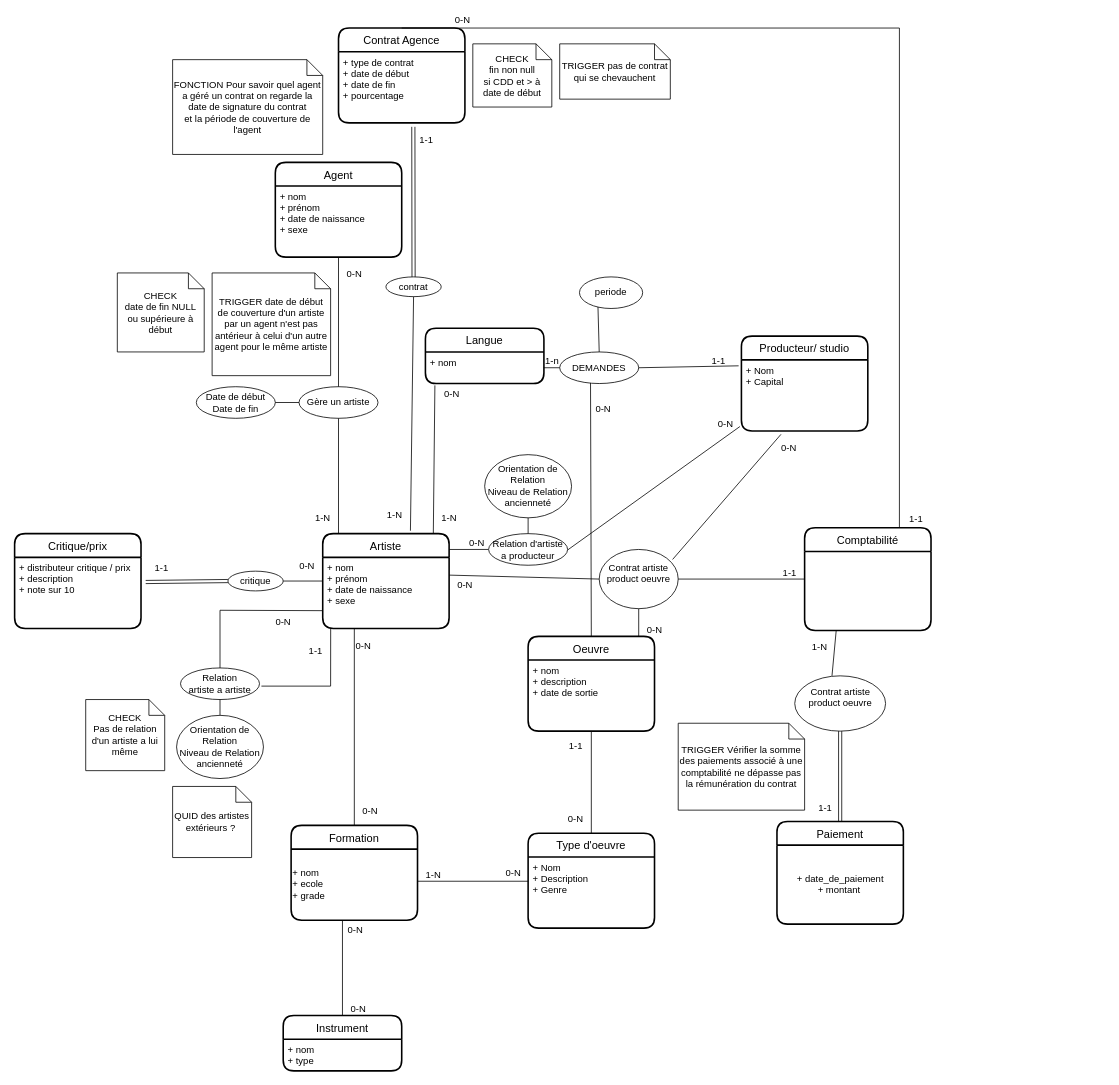
This is MODELISATION/modelisation-brouillon.drawio from KevinD-UP/contrartist, a draw.io file, before an edit. Source tidied: cells renumbered, new cells numbered last; positions are measured from the earlier drawing's top-left corner, leaving out a move shared by most shapes. Both pictures are drawn from the tidied source at 79%, with x=0, y=0 at pixel (14, 28).
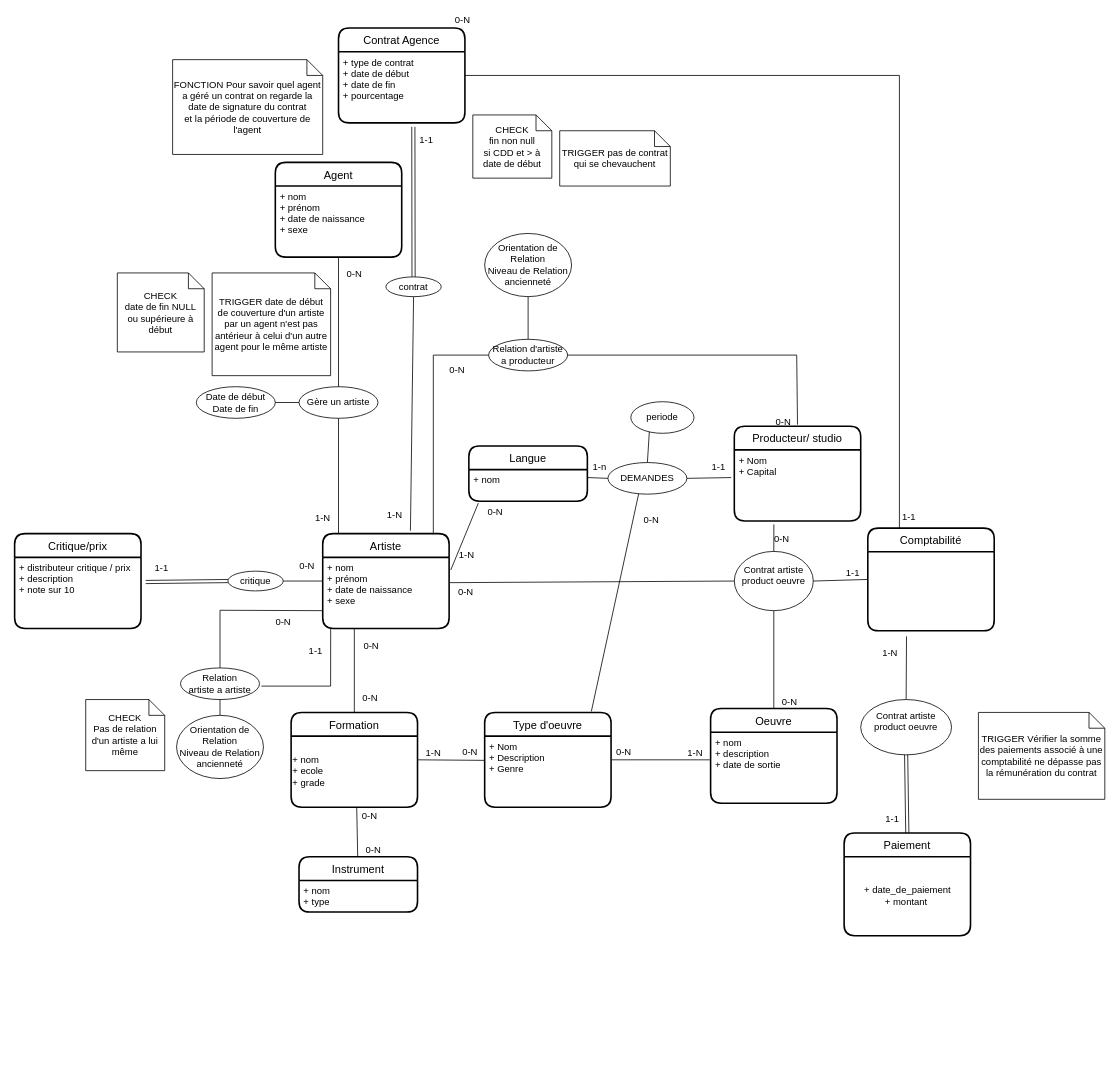
The same diagram, later.

Commit message:
Mise à jour post soutenance, à terminer

The change refers to these unchanged cells:
```xml
<mxCell id="3" value="+ Nom&#10;+ Description&#10;+ Genre" style="align=left;strokeColor=none;fillColor=none;spacingLeft=4;fontSize=12;verticalAlign=top;" parent="2" vertex="1">
  <mxGeometry y="30" width="160" height="90" as="geometry" />
</mxCell>
<mxCell id="5" value="+ nom&#10;+ description&#10;+ date de sortie" style="align=left;strokeColor=none;fillColor=none;spacingLeft=4;fontSize=12;verticalAlign=top;" parent="4" vertex="1">
  <mxGeometry y="30" width="160" height="90" as="geometry" />
</mxCell>
<mxCell id="7" value="+ nom&lt;br&gt;+ ecole&lt;br&gt;+ grade" style="text;html=1;align=left;verticalAlign=middle;points=[];strokeColor=none;fillColor=none;" parent="6" vertex="1">
  <mxGeometry y="30" width="160" height="90" as="geometry" />
</mxCell>
<mxCell id="8" value="Artiste" style="swimlane;horizontal=1;startSize=30;rounded=1;fontSize=14;fontStyle=0;strokeWidth=2;shadow=0;dashed=0;align=center;" parent="1" vertex="1">
  <mxGeometry x="390" y="640" width="160" height="120" as="geometry" />
</mxCell>
<mxCell id="9" value="+ nom&#10;+ prénom&#10;+ date de naissance&#10;+ sexe&#10;" style="align=left;strokeColor=none;fillColor=none;spacingLeft=4;fontSize=12;verticalAlign=top;" parent="8" vertex="1">
  <mxGeometry y="30" width="160" height="90" as="geometry" />
</mxCell>
<mxCell id="13" style="endArrow=none;html=1;rounded=0;exitX=0.25;exitY=1;exitDx=0;exitDy=0;entryX=0.5;entryY=0;entryDx=0;entryDy=0;" parent="1" edge="1" source="8" target="6">
  <mxGeometry relative="1" as="geometry" />
</mxCell>
<mxCell id="17" value="+ nom" style="align=left;strokeColor=none;fillColor=none;spacingLeft=4;fontSize=12;verticalAlign=top;" parent="16" vertex="1">
  <mxGeometry y="30" width="150" height="40" as="geometry" />
</mxCell>
<mxCell id="34" value="+ Nom&#10;+ Capital" style="align=left;strokeColor=none;fillColor=none;spacingLeft=4;fontSize=12;verticalAlign=top;" parent="33" vertex="1">
  <mxGeometry y="30" width="160" height="90" as="geometry" />
</mxCell>
<mxCell id="46" value="Contrat Agence" style="swimlane;horizontal=1;startSize=30;rounded=1;fontSize=14;fontStyle=0;strokeWidth=2;shadow=0;dashed=0;align=center;" parent="1" vertex="1">
  <mxGeometry x="410" width="160" height="120" as="geometry" />
</mxCell>
```

The edit, as a diff of the source:
```diff
@@
     <mxCell id="2" value="Type d'oeuvre" style="swimlane;horizontal=1;startSize=30;rounded=1;fontSize=14;fontStyle=0;strokeWidth=2;shadow=0;dashed=0;align=center;" parent="1" vertex="1">
-      <mxGeometry x="650" y="1019.3" width="160" height="120" as="geometry" />
+      <mxGeometry x="595" y="866.3" width="160" height="120" as="geometry" />
     </mxCell>
@@
     <mxCell id="4" value="Oeuvre" style="swimlane;horizontal=1;startSize=30;rounded=1;fontSize=14;fontStyle=0;strokeWidth=2;shadow=0;dashed=0;align=center;" parent="1" vertex="1">
-      <mxGeometry x="650" y="770" width="160" height="120" as="geometry" />
+      <mxGeometry x="881" y="861.3" width="160" height="120" as="geometry" />
     </mxCell>
@@
     <mxCell id="6" value="Formation" style="swimlane;horizontal=1;startSize=30;rounded=1;fontSize=14;fontStyle=0;strokeWidth=2;shadow=0;dashed=0;align=center;" parent="1" vertex="1">
-      <mxGeometry x="350" y="1009.3" width="160" height="120" as="geometry" />
+      <mxGeometry x="350" y="866.3" width="160" height="120" as="geometry" />
     </mxCell>
@@
-    <mxCell id="10" style="endArrow=none;html=1;rounded=0;exitX=0;exitY=0.341;exitDx=0;exitDy=0;exitPerimeter=0;" parent="1" edge="1" source="3">
-      <mxGeometry relative="1" as="geometry">
-        <mxPoint x="510" y="1080" as="targetPoint" />
-      </mxGeometry>
+    <mxCell id="10" style="endArrow=none;html=1;rounded=0;exitX=0;exitY=0.341;exitDx=0;exitDy=0;exitPerimeter=0;entryX=1;entryY=0.5;entryDx=0;entryDy=0;" parent="1" edge="1" source="3" target="6">
+      <mxGeometry relative="1" as="geometry" />
     </mxCell>
@@
     <mxCell id="14" value="0-N" style="html=1;align=left;verticalAlign=bottom;" parent="13" vertex="1">
       <mxGeometry x="-1" relative="1" as="geometry">
-        <mxPoint y="30" as="offset" />
+        <mxPoint x="10" y="30" as="offset" />
       </mxGeometry>
     </mxCell>
@@
     <mxCell id="16" value="Langue" style="swimlane;horizontal=1;startSize=30;rounded=1;fontSize=14;fontStyle=0;strokeWidth=2;shadow=0;dashed=0;align=center;" parent="1" vertex="1">
-      <mxGeometry x="520" y="380" width="150" height="70" as="geometry" />
+      <mxGeometry x="575" y="529" width="150" height="70" as="geometry" />
     </mxCell>
@@
-    <mxCell id="18" style="endArrow=none;html=1;rounded=0;exitX=0.5;exitY=1;exitDx=0;exitDy=0;entryX=0.5;entryY=0;entryDx=0;entryDy=0;" parent="1" edge="1" source="4" target="2">
-      <mxGeometry relative="1" as="geometry" />
+    <mxCell id="18" style="endArrow=none;html=1;rounded=0;exitX=-0.006;exitY=0.389;exitDx=0;exitDy=0;entryX=1;entryY=0.5;entryDx=0;entryDy=0;exitPerimeter=0;" parent="1" edge="1" source="5">
+      <mxGeometry relative="1" as="geometry">
+        <mxPoint x="756" y="926.3" as="targetPoint" />
+      </mxGeometry>
     </mxCell>
-    <mxCell id="19" value="1-1" style="html=1;align=left;verticalAlign=bottom;" parent="18" vertex="1">
+    <mxCell id="19" value="1-N" style="html=1;align=left;verticalAlign=bottom;" parent="18" vertex="1">
       <mxGeometry x="-1" relative="1" as="geometry">
-        <mxPoint x="-30" y="27" as="offset" />
+        <mxPoint x="-30" as="offset" />
       </mxGeometry>
     </mxCell>
     <mxCell id="20" value="0-N" style="html=1;align=right;verticalAlign=bottom;" parent="18" vertex="1">
       <mxGeometry x="1" relative="1" as="geometry">
-        <mxPoint x="-10" y="-9" as="offset" />
+        <mxPoint x="25" y="-1" as="offset" />
       </mxGeometry>
     </mxCell>
-    <mxCell id="21" style="endArrow=none;html=1;rounded=0;entryX=1;entryY=0.25;entryDx=0;entryDy=0;exitX=0;exitY=0.5;exitDx=0;exitDy=0;" parent="1" edge="1" source="48" target="9">
+    <mxCell id="21" style="endArrow=none;html=1;rounded=0;entryX=1.006;entryY=0.356;entryDx=0;entryDy=0;exitX=0;exitY=0.5;exitDx=0;exitDy=0;entryPerimeter=0;" parent="1" edge="1" source="48" target="9">
       <mxGeometry relative="1" as="geometry" />
     </mxCell>
@@
     <mxCell id="33" value="Producteur/ studio" style="swimlane;horizontal=1;startSize=30;rounded=1;fontSize=14;fontStyle=0;strokeWidth=2;shadow=0;dashed=0;align=center;" parent="1" vertex="1">
-      <mxGeometry x="920" y="390" width="160" height="120" as="geometry" />
+      <mxGeometry x="911" y="504" width="160" height="120" as="geometry" />
     </mxCell>
@@
     <mxCell id="35" value="Instrument" style="swimlane;horizontal=1;startSize=30;rounded=1;fontSize=14;fontStyle=0;strokeWidth=2;shadow=0;dashed=0;align=center;" parent="1" vertex="1">
-      <mxGeometry x="340" y="1250" width="150" height="70" as="geometry" />
+      <mxGeometry x="360" y="1049" width="150" height="70" as="geometry" />
     </mxCell>
@@
-    <mxCell id="37" style="endArrow=none;html=1;rounded=0;entryX=1;entryY=0.167;entryDx=0;entryDy=0;exitX=0;exitY=0.5;exitDx=0;exitDy=0;entryPerimeter=0;" parent="1" edge="1" source="39" target="8">
-      <mxGeometry relative="1" as="geometry" />
+    <mxCell id="37" style="endArrow=none;html=1;rounded=0;entryX=0.875;entryY=0.008;entryDx=0;entryDy=0;exitX=0;exitY=0.5;exitDx=0;exitDy=0;entryPerimeter=0;" parent="1" edge="1" source="39" target="8">
+      <mxGeometry relative="1" as="geometry">
+        <Array as="points">
+          <mxPoint x="530" y="414" />
+        </Array>
+      </mxGeometry>
     </mxCell>
     <mxCell id="38" value="0-N" style="html=1;align=right;verticalAlign=bottom;" parent="37" vertex="1">
       <mxGeometry x="1" relative="1" as="geometry">
-        <mxPoint x="45" as="offset" />
+        <mxPoint x="40" y="-200" as="offset" />
       </mxGeometry>
     </mxCell>
     <mxCell id="39" value="Relation d'artiste a producteur" style="ellipse;whiteSpace=wrap;html=1;align=center;" parent="1" vertex="1">
-      <mxGeometry x="600" y="640" width="100" height="40" as="geometry" />
+      <mxGeometry x="600" y="394" width="100" height="40" as="geometry" />
     </mxCell>
     <mxCell id="40" value="Comptabilité" style="swimlane;horizontal=1;startSize=30;rounded=1;fontSize=14;fontStyle=0;strokeWidth=2;shadow=0;dashed=0;align=center;" parent="1" vertex="1">
-      <mxGeometry x="1000" y="632.5" width="160" height="130" as="geometry" />
+      <mxGeometry x="1080" y="633" width="160" height="130" as="geometry" />
     </mxCell>
@@
     <mxCell id="48" value="&lt;div&gt;Contrat artiste product oeuvre&lt;/div&gt;&lt;div&gt;&lt;br&gt;&lt;/div&gt;" style="ellipse;whiteSpace=wrap;html=1;align=center;" parent="1" vertex="1">
-      <mxGeometry x="740" y="660" width="100" height="75" as="geometry" />
+      <mxGeometry x="911" y="662.5" width="100" height="75" as="geometry" />
     </mxCell>
-    <mxCell id="49" style="endArrow=none;html=1;rounded=0;exitX=0.5;exitY=1;exitDx=0;exitDy=0;entryX=0.875;entryY=0;entryDx=0;entryDy=0;entryPerimeter=0;" parent="1" edge="1" source="48" target="4">
+    <mxCell id="49" style="endArrow=none;html=1;rounded=0;exitX=0.5;exitY=1;exitDx=0;exitDy=0;entryX=0.5;entryY=0;entryDx=0;entryDy=0;" parent="1" edge="1" source="48" target="4">
       <mxGeometry relative="1" as="geometry" />
     </mxCell>
@@
     <mxCell id="51" value="CHECK&lt;br&gt;fin non null&lt;br&gt;si CDD et &amp;gt; à date de début" style="shape=note;size=20;whiteSpace=wrap;html=1;" parent="1" vertex="1">
-      <mxGeometry x="580" y="20" width="100" height="80" as="geometry" />
+      <mxGeometry x="580" y="110" width="100" height="80" as="geometry" />
     </mxCell>
@@
     <mxCell id="54" value="DEMANDES" style="ellipse;whiteSpace=wrap;html=1;align=center;" parent="1" vertex="1">
-      <mxGeometry x="690" y="410" width="100" height="40" as="geometry" />
+      <mxGeometry x="751" y="550" width="100" height="40" as="geometry" />
     </mxCell>
-    <mxCell id="55" style="endArrow=none;html=1;rounded=0;exitX=-0.022;exitY=0.084;exitDx=0;exitDy=0;entryX=1;entryY=0.5;entryDx=0;entryDy=0;exitPerimeter=0;" parent="1" edge="1" source="34" target="54">
+    <mxCell id="55" style="endArrow=none;html=1;rounded=0;exitX=-0.025;exitY=0.389;exitDx=0;exitDy=0;entryX=1;entryY=0.5;entryDx=0;entryDy=0;exitPerimeter=0;" parent="1" edge="1" source="34" target="54">
       <mxGeometry relative="1" as="geometry" />
     </mxCell>
     <mxCell id="56" value="1-1" style="html=1;align=right;verticalAlign=bottom;" parent="55" vertex="1">
       <mxGeometry x="1" relative="1" as="geometry">
-        <mxPoint x="110" as="offset" />
+        <mxPoint x="49" y="-6" as="offset" />
       </mxGeometry>
     </mxCell>
-    <mxCell id="57" style="endArrow=none;html=1;rounded=0;exitX=0.5;exitY=0;exitDx=0;exitDy=0;entryX=0.39;entryY=0.98;entryDx=0;entryDy=0;entryPerimeter=0;" parent="1" edge="1" source="4" target="54">
+    <mxCell id="57" style="endArrow=none;html=1;rounded=0;entryX=0.39;entryY=0.98;entryDx=0;entryDy=0;entryPerimeter=0;exitX=0.844;exitY=-0.011;exitDx=0;exitDy=0;exitPerimeter=0;" parent="1" edge="1" source="2" target="54">
       <mxGeometry relative="1" as="geometry" />
     </mxCell>
@@
-    <mxCell id="59" style="endArrow=none;html=1;rounded=0;entryX=1;entryY=0.5;entryDx=0;entryDy=0;exitX=0;exitY=0.5;exitDx=0;exitDy=0;" parent="1" edge="1" source="54" target="17">
+    <mxCell id="59" style="endArrow=none;html=1;rounded=0;entryX=1;entryY=0.25;entryDx=0;entryDy=0;exitX=0;exitY=0.5;exitDx=0;exitDy=0;" parent="1" edge="1" source="54" target="17">
       <mxGeometry relative="1" as="geometry" />
     </mxCell>
-    <mxCell id="60" style="endArrow=none;html=1;rounded=0;" parent="1" edge="1" target="35">
-      <mxGeometry relative="1" as="geometry">
-        <mxPoint x="415" y="1130" as="sourcePoint" />
-      </mxGeometry>
+    <mxCell id="60" style="endArrow=none;html=1;rounded=0;exitX=0.519;exitY=0.996;exitDx=0;exitDy=0;exitPerimeter=0;" parent="1" edge="1" source="7" target="35">
+      <mxGeometry relative="1" as="geometry" />
     </mxCell>
@@
-    <mxCell id="65" style="endArrow=none;html=1;rounded=0;entryX=0.875;entryY=0;entryDx=0;entryDy=0;entryPerimeter=0;exitX=0.08;exitY=1.058;exitDx=0;exitDy=0;exitPerimeter=0;" parent="1" edge="1" source="17" target="8">
+    <mxCell id="65" style="endArrow=none;html=1;rounded=0;exitX=0.08;exitY=1.058;exitDx=0;exitDy=0;exitPerimeter=0;entryX=1.013;entryY=0.178;entryDx=0;entryDy=0;entryPerimeter=0;" parent="1" edge="1" source="17" target="9">
       <mxGeometry relative="1" as="geometry" />
     </mxCell>
@@
-    <mxCell id="68" style="endArrow=none;html=1;rounded=0;entryX=0.313;entryY=1.048;entryDx=0;entryDy=0;exitX=0.929;exitY=0.169;exitDx=0;exitDy=0;entryPerimeter=0;exitPerimeter=0;" parent="1" edge="1" source="48" target="34">
+    <mxCell id="68" style="endArrow=none;html=1;rounded=0;entryX=0.313;entryY=1.048;entryDx=0;entryDy=0;exitX=0.5;exitY=0;exitDx=0;exitDy=0;entryPerimeter=0;" parent="1" edge="1" source="48" target="34">
       <mxGeometry relative="1" as="geometry" />
     </mxCell>
@@
-    <mxCell id="70" value="1-n" style="html=1;align=left;verticalAlign=bottom;direction=south;" parent="1" vertex="1">
-      <mxGeometry x="670" y="430" as="geometry" />
+    <mxCell id="70" value="1-n" style="html=1;align=left;verticalAlign=bottom;direction=west;" parent="1" vertex="1">
+      <mxGeometry x="730" y="564" as="geometry" />
     </mxCell>
-    <mxCell id="71" style="endArrow=none;html=1;rounded=0;entryX=-0.012;entryY=0.938;entryDx=0;entryDy=0;exitX=0.5;exitY=0;exitDx=0;exitDy=0;entryPerimeter=0;" parent="1" edge="1" target="34">
+    <mxCell id="71" style="endArrow=none;html=1;rounded=0;entryX=0.5;entryY=0;entryDx=0;entryDy=0;exitX=1;exitY=0.5;exitDx=0;exitDy=0;" parent="1" edge="1" source="39">
       <mxGeometry relative="1" as="geometry">
-        <mxPoint x="700" y="660.7" as="sourcePoint" />
+        <mxPoint x="991" y="502" as="targetPoint" />
+        <Array as="points">
+          <mxPoint x="990" y="414" />
+        </Array>
       </mxGeometry>
     </mxCell>
@@
     <mxCell id="77" value="&lt;div&gt;Orientation de Relation&lt;br&gt;&lt;/div&gt;&lt;div&gt;Niveau de Relation&lt;/div&gt;&lt;div&gt;ancienneté&lt;br&gt;&lt;/div&gt;" style="ellipse;whiteSpace=wrap;html=1;align=center;" parent="1" vertex="1">
-      <mxGeometry x="595" y="540" width="110" height="80" as="geometry" />
+      <mxGeometry x="595" y="260" width="110" height="80" as="geometry" />
     </mxCell>
@@
     <mxCell id="80" value="periode" style="ellipse;whiteSpace=wrap;html=1;align=center;" parent="1" vertex="1">
-      <mxGeometry x="715" y="315" width="80" height="40" as="geometry" />
+      <mxGeometry x="780" y="473" width="80" height="40" as="geometry" />
     </mxCell>
@@
     <mxCell id="82" value="TRIGGER pas de contrat qui se chevauchent" style="shape=note;size=20;whiteSpace=wrap;html=1;" parent="1" vertex="1">
-      <mxGeometry x="690" y="20" width="140" height="70" as="geometry" />
+      <mxGeometry x="690" y="130" width="140" height="70" as="geometry" />
     </mxCell>
     <mxCell id="83" value="Paiement" style="swimlane;horizontal=1;startSize=30;rounded=1;fontSize=14;fontStyle=0;strokeWidth=2;shadow=0;dashed=0;align=center;" parent="1" vertex="1">
-      <mxGeometry x="965" y="1004.3" width="160" height="130" as="geometry" />
+      <mxGeometry x="1050" y="1019" width="160" height="130" as="geometry" />
     </mxCell>
@@
-    <mxCell id="85" style="endArrow=none;html=1;rounded=0;exitX=0.41;exitY=0;exitDx=0;exitDy=0;exitPerimeter=0;entryX=0.25;entryY=1;entryDx=0;entryDy=0;" parent="1" edge="1" source="87" target="40">
-      <mxGeometry relative="1" as="geometry" />
+    <mxCell id="85" style="endArrow=none;html=1;rounded=0;exitX=0.5;exitY=0;exitDx=0;exitDy=0;" parent="1" edge="1" source="87">
+      <mxGeometry relative="1" as="geometry">
+        <mxPoint x="1129" y="770" as="targetPoint" />
+      </mxGeometry>
     </mxCell>
@@
     <mxCell id="87" value="&lt;div&gt;Contrat artiste product oeuvre&lt;/div&gt;&lt;div&gt;&lt;br&gt;&lt;/div&gt;" style="ellipse;whiteSpace=wrap;html=1;align=center;" parent="1" vertex="1">
-      <mxGeometry x="987.5" y="820" width="115" height="70" as="geometry" />
+      <mxGeometry x="1071" y="850" width="115" height="70" as="geometry" />
     </mxCell>
@@
-    <mxCell id="100" style="endArrow=none;html=1;rounded=0;exitX=0.75;exitY=0;exitDx=0;exitDy=0;entryX=0.5;entryY=0;entryDx=0;entryDy=0;" parent="1" edge="1" source="40" target="46">
+    <mxCell id="100" style="endArrow=none;html=1;rounded=0;exitX=0.25;exitY=0;exitDx=0;exitDy=0;entryX=1;entryY=0.5;entryDx=0;entryDy=0;" parent="1" edge="1" source="40" target="46">
       <mxGeometry relative="1" as="geometry">
         <Array as="points">
-          <mxPoint x="1120" />
+          <mxPoint x="1120" y="60" />
         </Array>
       </mxGeometry>
     </mxCell>
     <mxCell id="101" value="1-1" style="html=1;align=right;verticalAlign=bottom;" parent="1" vertex="1">
-      <mxGeometry x="1150" y="630" as="geometry" />
+      <mxGeometry x="1141" y="627" as="geometry" />
     </mxCell>
@@
     <mxCell id="103" value="TRIGGER Vérifier la somme des paiements associé à une comptabilité ne dépasse pas la rémunération du contrat&lt;div&gt;&lt;/div&gt;" style="shape=note;size=20;whiteSpace=wrap;html=1;" parent="1" vertex="1">
-      <mxGeometry x="840" y="880" width="160" height="110" as="geometry" />
+      <mxGeometry x="1220" y="866.3" width="160" height="110" as="geometry" />
     </mxCell>
-    <mxCell id="104" value="QUID des artistes extérieurs ?&amp;nbsp;&lt;div&gt;&lt;/div&gt;" style="shape=note;size=20;whiteSpace=wrap;html=1;" parent="1" vertex="1">
-      <mxGeometry x="200" y="960" width="100" height="90" as="geometry" />
-    </mxCell>
```
